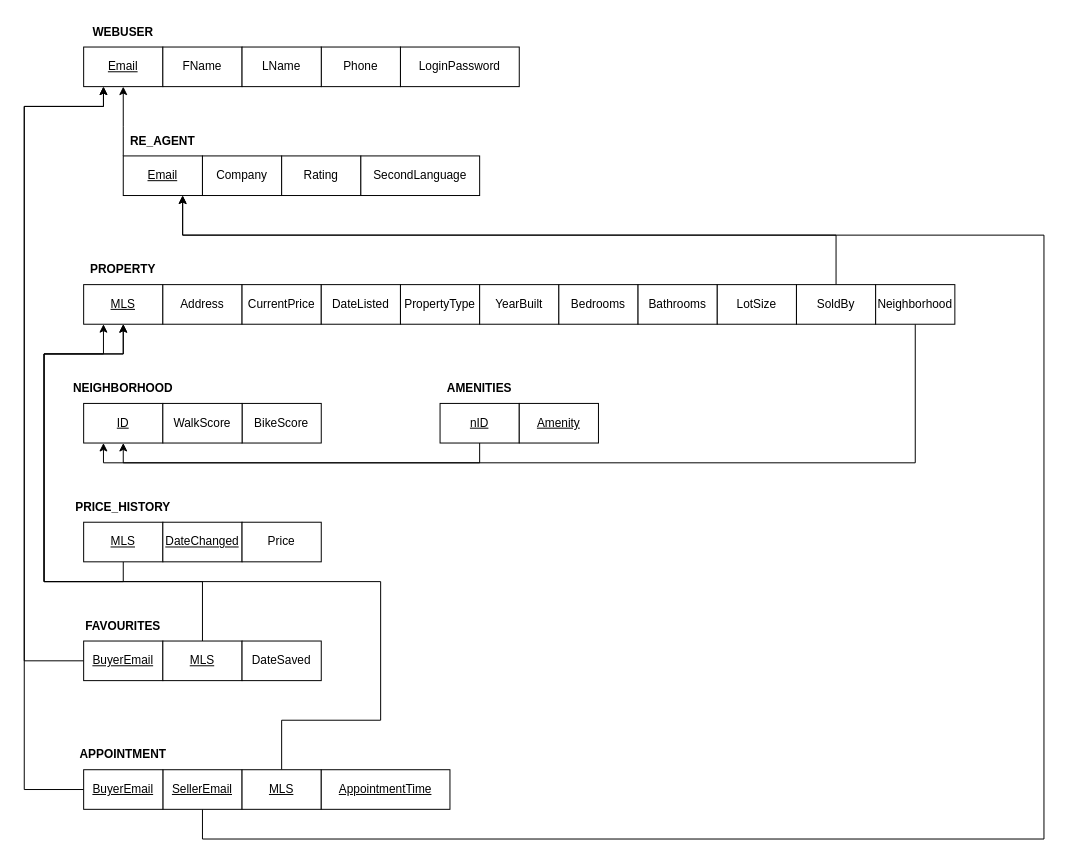
This is page "SCHEMA_V2" (4 of 4) of Proposal/608-project-diagrams.drawio from WillKNguyen/608-607Project, a draw.io file, before an edit. Source tidied: cells renumbered, new cells numbered last; positions are measured from the earlier drawing's top-left corner, leaving out a move shared by most shapes. Both pictures are drawn from the tidied source at 99%, with x=0, y=0 at pixel (24, 17).
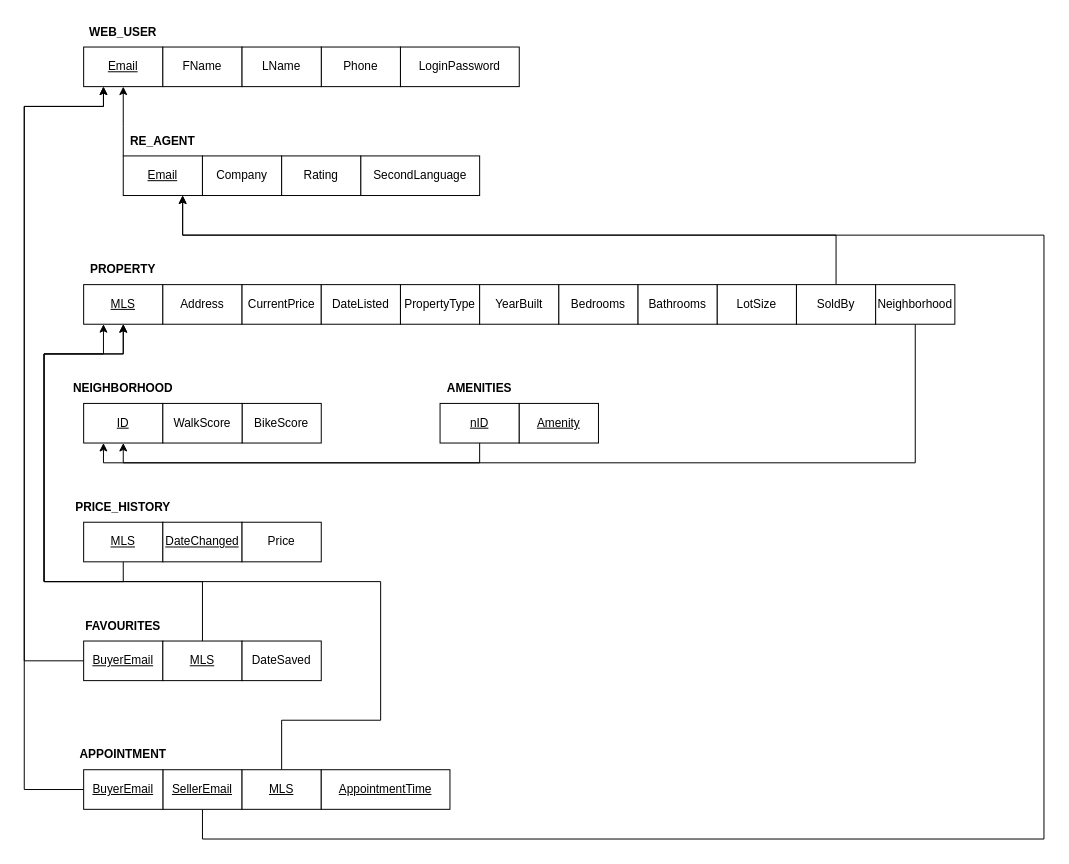
The same page after the edit.

The edit, as a diff of the source:
```diff
@@
-    <mxCell id="4" value="WEBUSER" style="text;html=1;strokeColor=none;fillColor=none;align=center;verticalAlign=middle;whiteSpace=wrap;rounded=0;fontStyle=1;" parent="1" vertex="1">
+    <mxCell id="4" value="WEB_USER" style="text;html=1;strokeColor=none;fillColor=none;align=center;verticalAlign=middle;whiteSpace=wrap;rounded=0;fontStyle=1;" parent="1" vertex="1">
       <mxGeometry x="70" width="60" height="30" as="geometry" />
     </mxCell>
```
